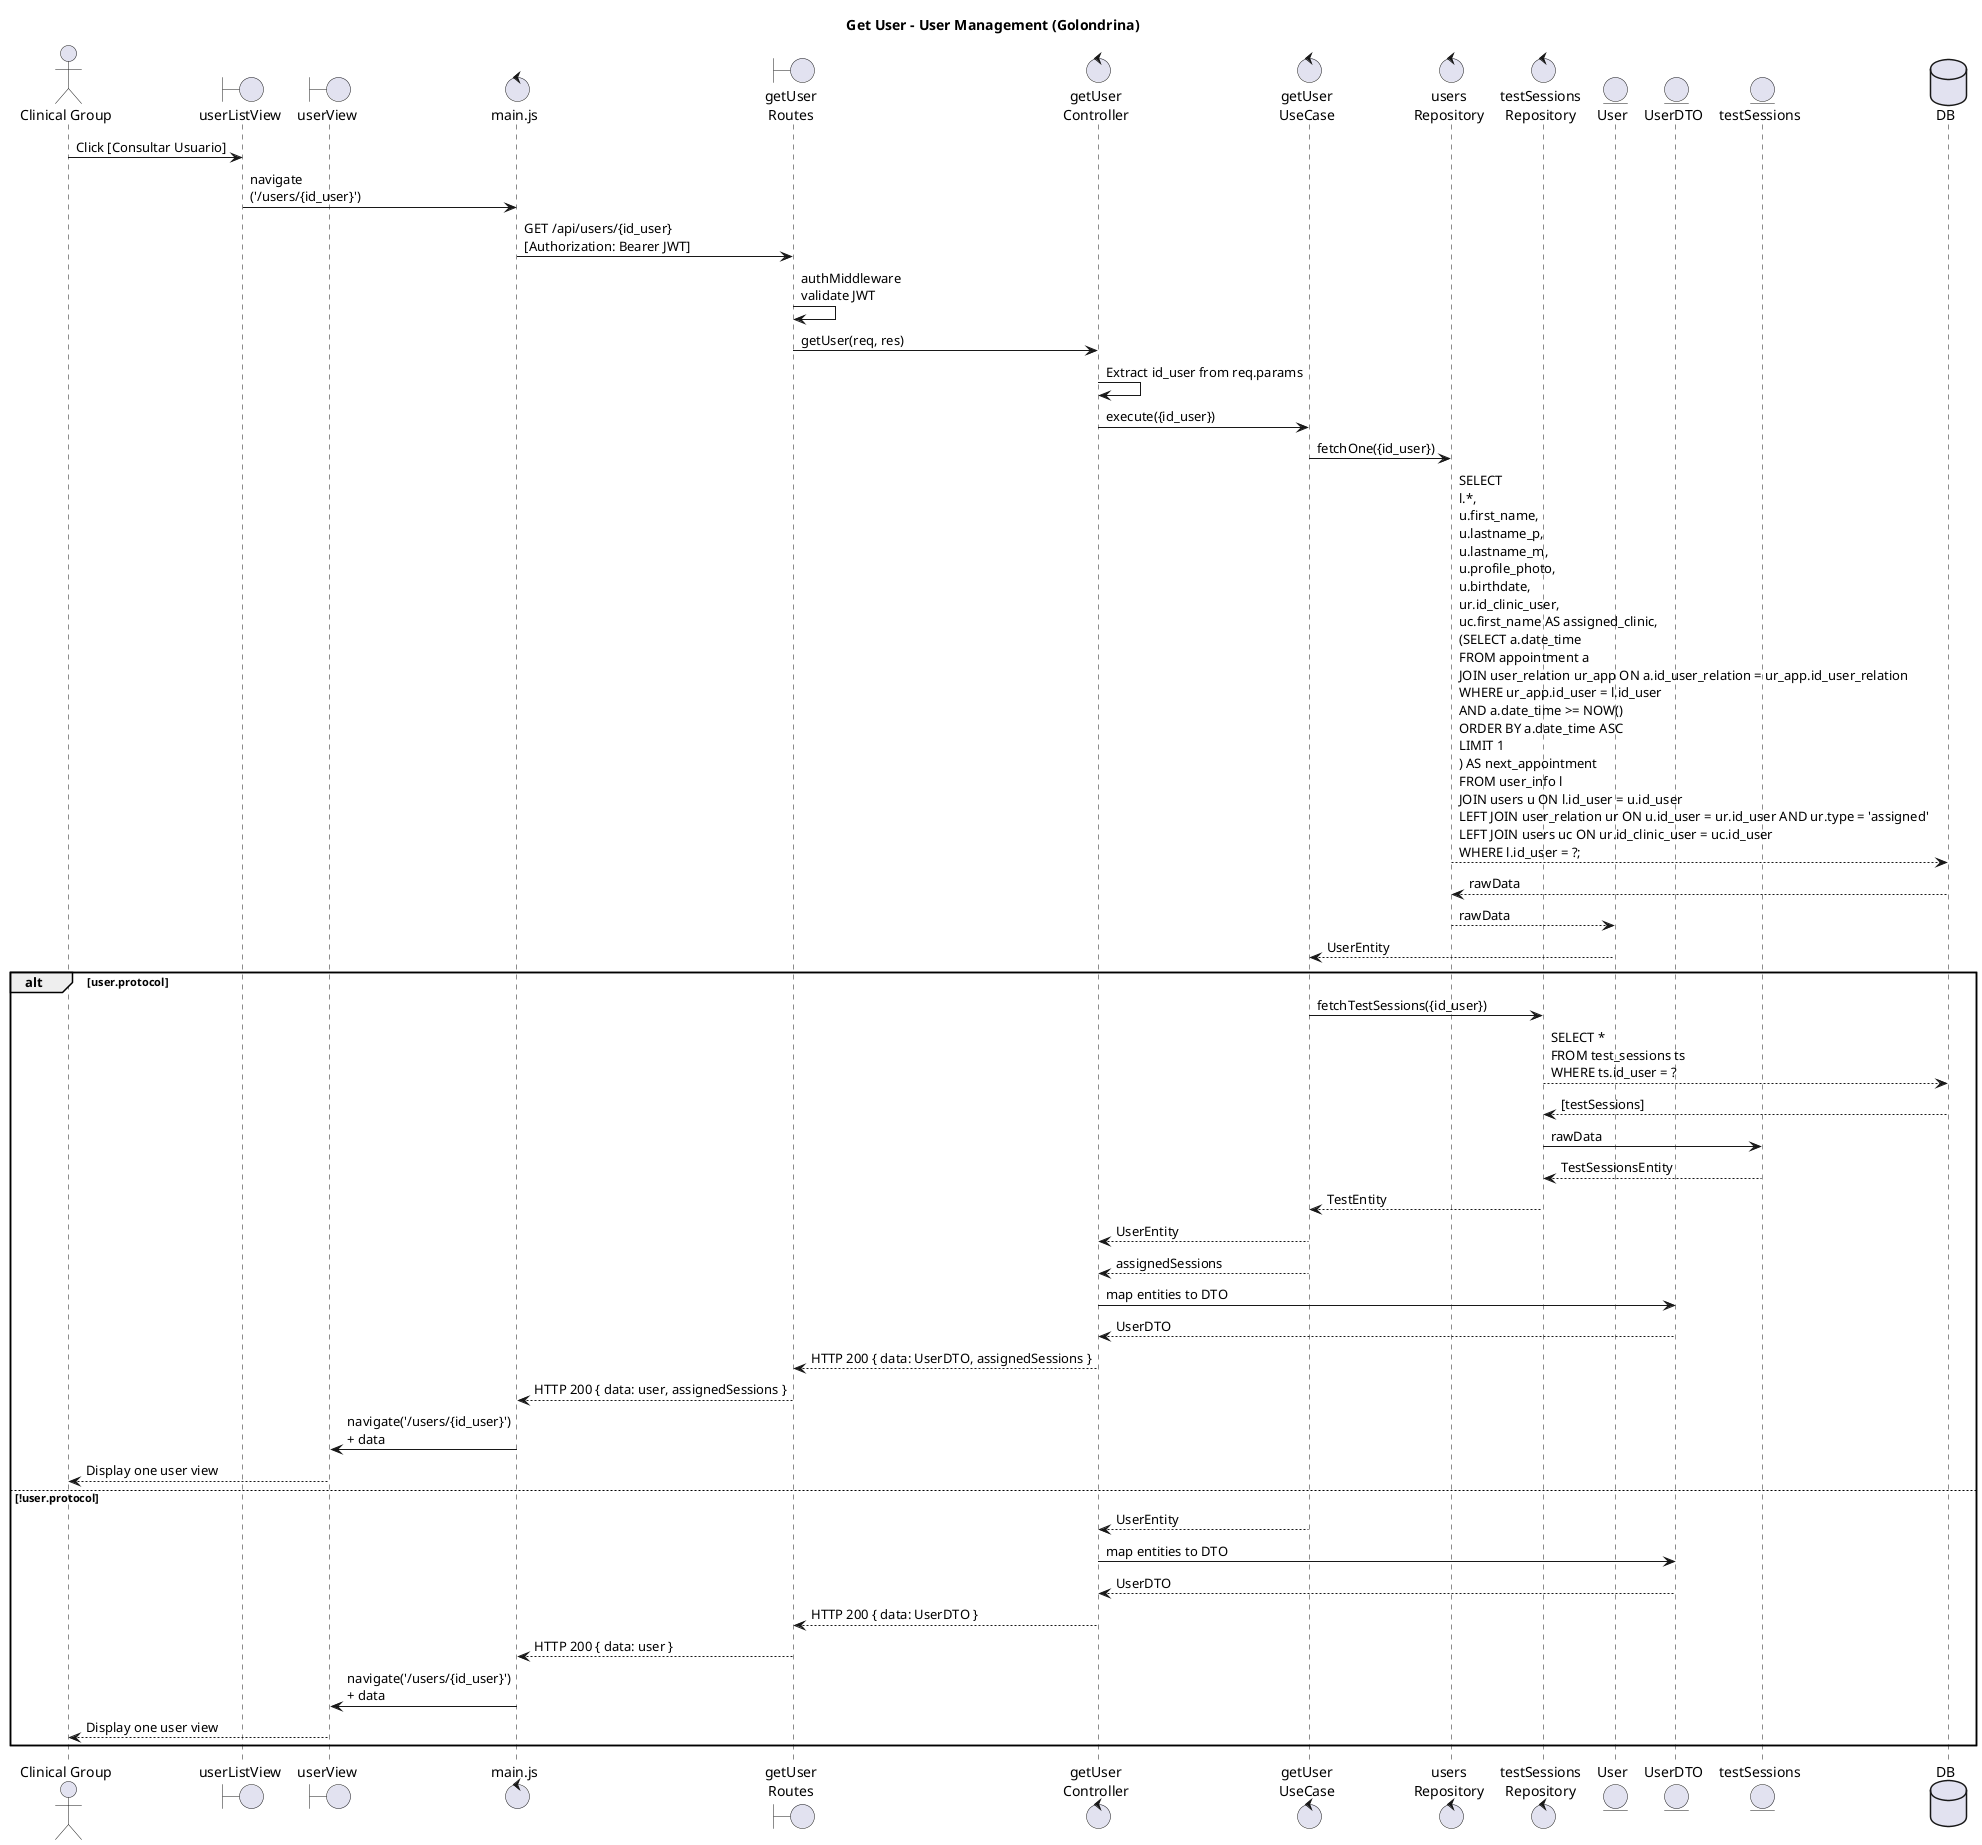
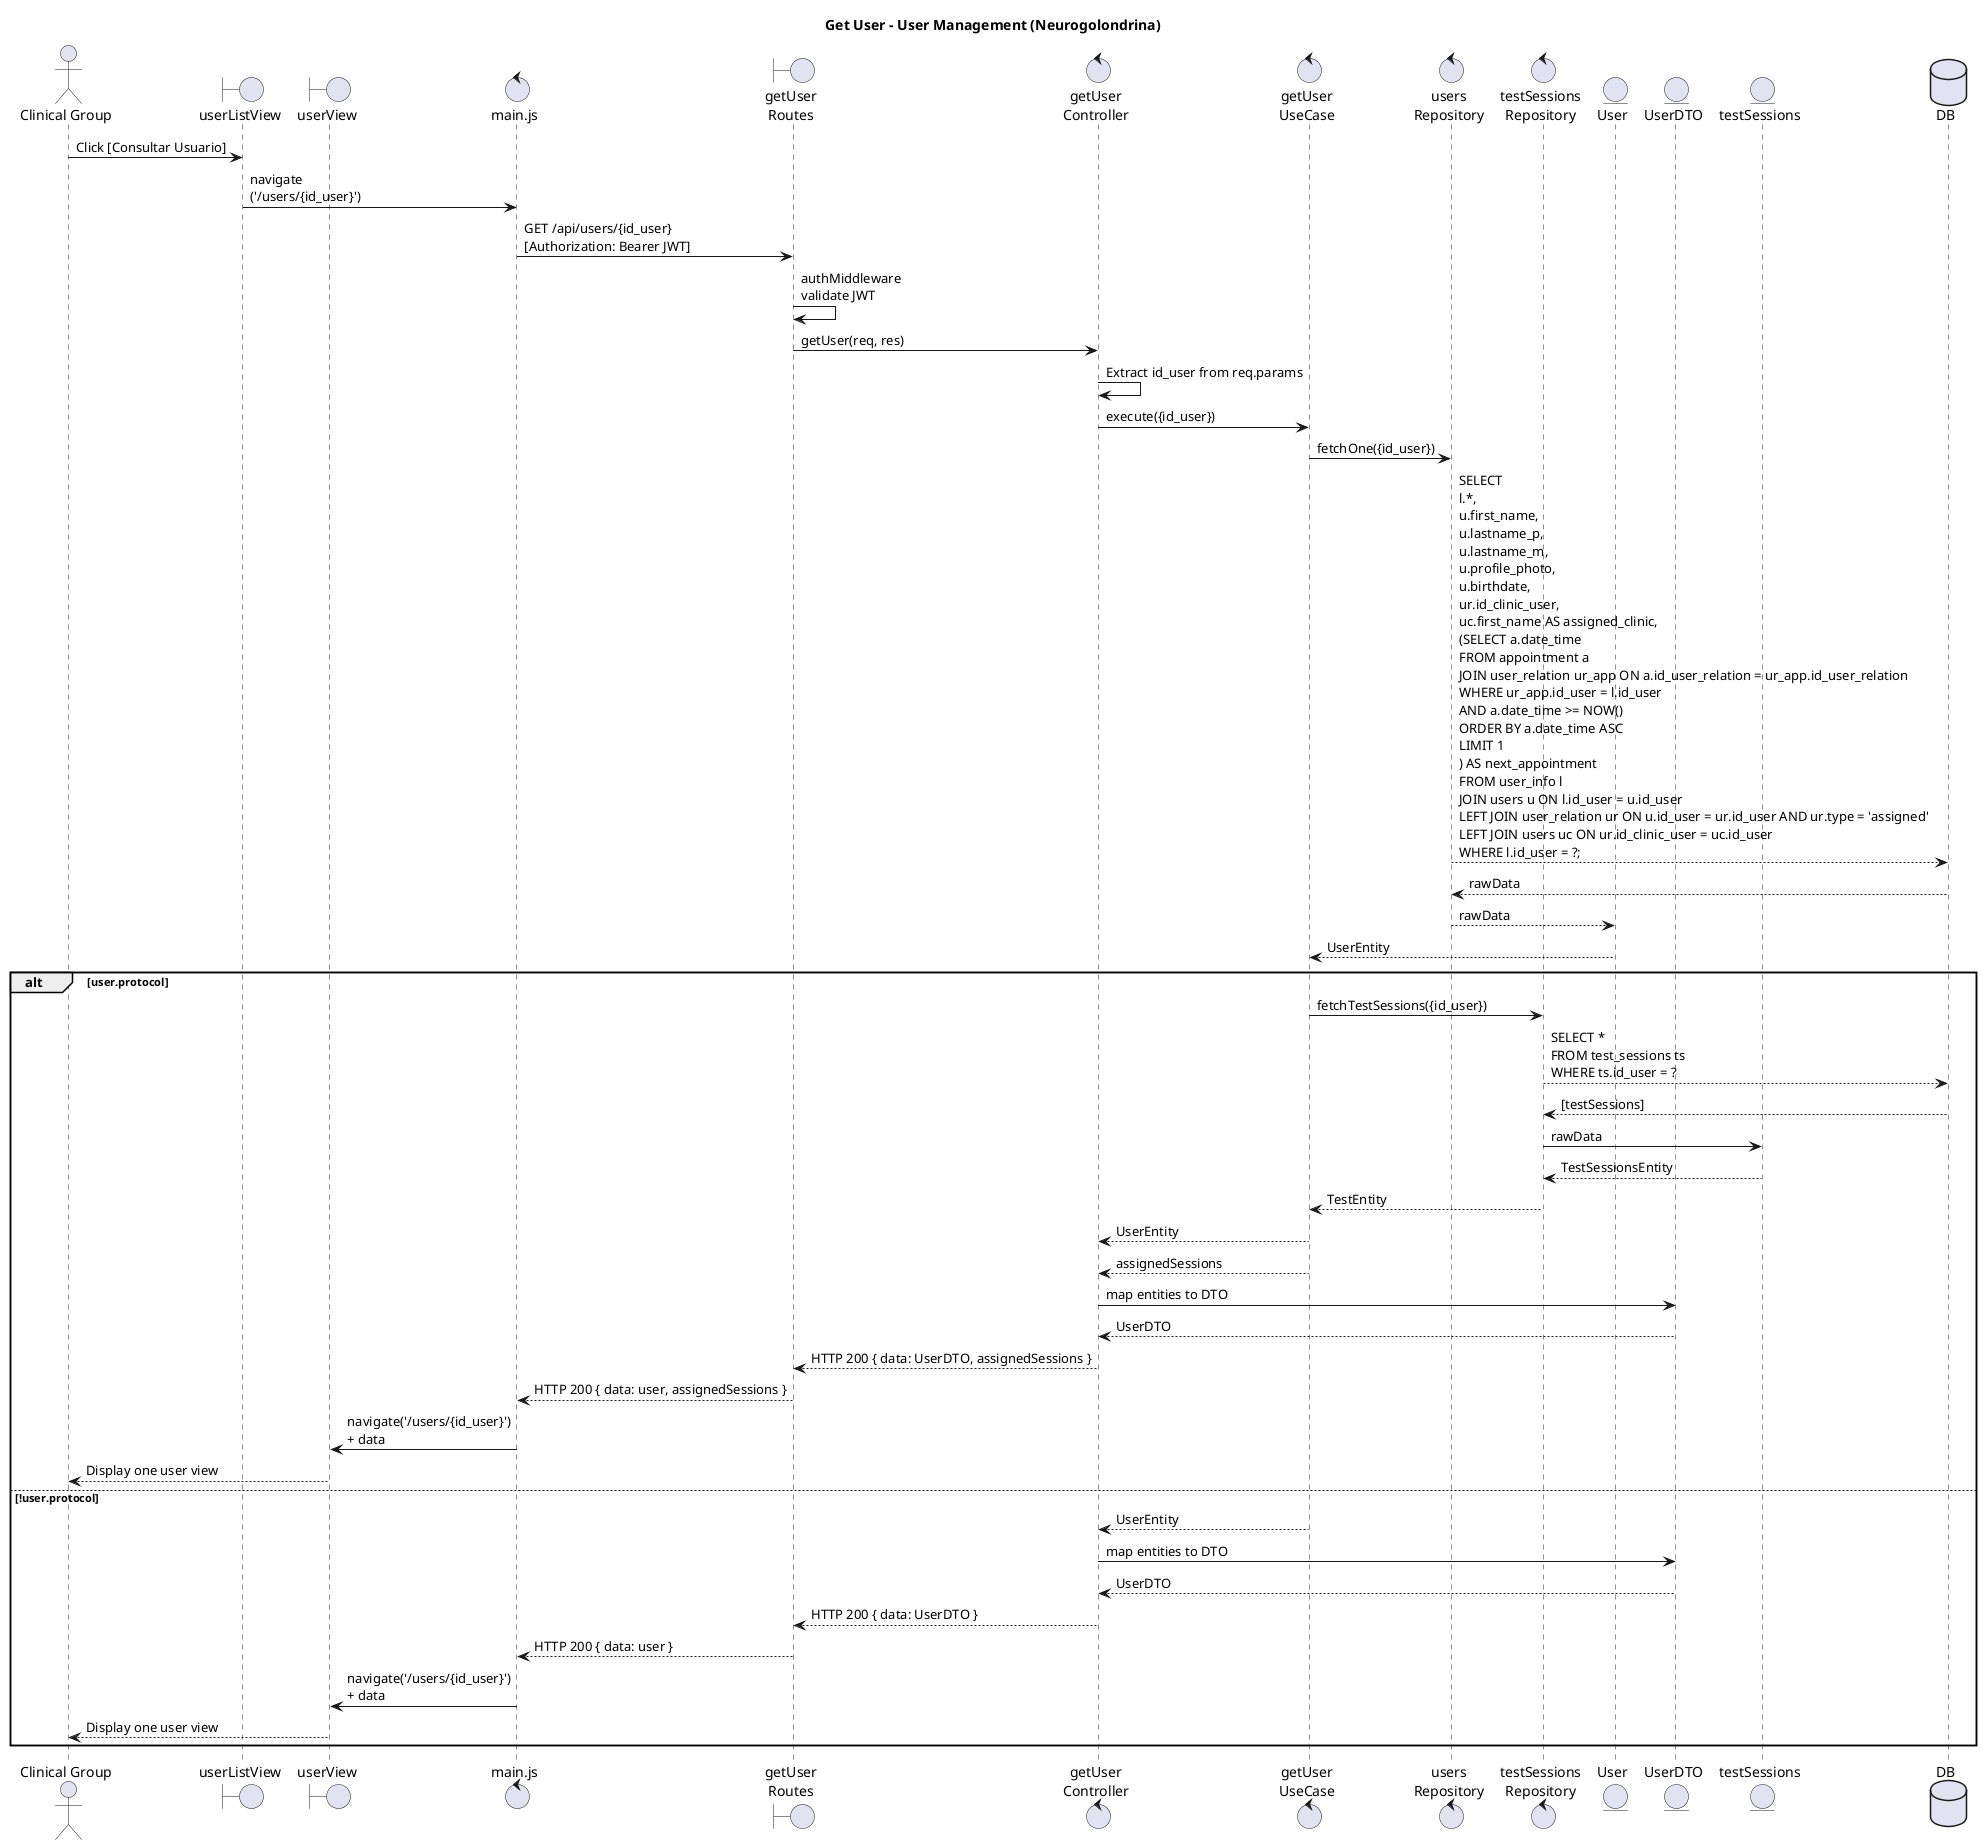
@startuml GU05 Get-User

- title Get User - User Management (Golondrina)
+ title Get User - User Management (Neurogolondrina)

actor "Clinical Group" as CG

boundary "userListView" as VUsers
boundary "userView" as VOne
control "main.js" as MAIN
boundary "getUser\nRoutes" as ROUTE
control "getUser\nController" as CTRL
control "getUser\nUseCase" as UC
control "users\nRepository" as REPO
control "testSessions\nRepository" as tsREPO
entity "User" as ENT
entity "UserDTO" as DTO
entity "testSessions" as tsENT
database DB

CG -> VUsers : Click [Consultar Usuario]
VUsers -> MAIN : navigate\n('/users/{id_user}')

MAIN -> ROUTE : GET /api/users/{id_user}\n[Authorization: Bearer JWT]

ROUTE -> ROUTE : authMiddleware\nvalidate JWT
ROUTE -> CTRL : getUser(req, res)

CTRL -> CTRL : Extract id_user from req.params

CTRL -> UC : execute({id_user})

UC -> REPO : fetchOne({id_user})

REPO --> DB : SELECT \nl.*, \nu.first_name,\nu.lastname_p,\nu.lastname_m,\nu.profile_photo,\nu.birthdate, \nur.id_clinic_user, \nuc.first_name AS assigned_clinic, \n(SELECT a.date_time \nFROM appointment a \nJOIN user_relation ur_app ON a.id_user_relation = ur_app.id_user_relation \nWHERE ur_app.id_user = l.id_user \nAND a.date_time >= NOW() \nORDER BY a.date_time ASC \nLIMIT 1 \n) AS next_appointment \nFROM user_info l \nJOIN users u ON l.id_user = u.id_user \nLEFT JOIN user_relation ur ON u.id_user = ur.id_user AND ur.type = 'assigned' \nLEFT JOIN users uc ON ur.id_clinic_user = uc.id_user \nWHERE l.id_user = ?;

DB --> REPO : rawData

REPO --> ENT : rawData

ENT --> UC : UserEntity

alt user.protocol

    UC -> tsREPO : fetchTestSessions({id_user})

    tsREPO --> DB : SELECT * \nFROM test_sessions ts \nWHERE ts.id_user = ?

    DB --> tsREPO : [testSessions]

    tsREPO -> tsENT : rawData

    tsENT --> tsREPO : TestSessionsEntity

    tsREPO --> UC : TestEntity

    UC --> CTRL : UserEntity
    UC --> CTRL : assignedSessions

    CTRL -> DTO : map entities to DTO
    DTO --> CTRL : UserDTO

    CTRL --> ROUTE : HTTP 200 { data: UserDTO, assignedSessions }

    ROUTE --> MAIN : HTTP 200 { data: user, assignedSessions }

    MAIN -> VOne : navigate('/users/{id_user}')\n+ data

    VOne --> CG : Display one user view

else !user.protocol

    UC --> CTRL : UserEntity

    CTRL -> DTO : map entities to DTO
    DTO --> CTRL : UserDTO

    CTRL --> ROUTE : HTTP 200 { data: UserDTO }

    ROUTE --> MAIN : HTTP 200 { data: user }

    MAIN -> VOne : navigate('/users/{id_user}')\n+ data

    VOne --> CG : Display one user view

end

@enduml